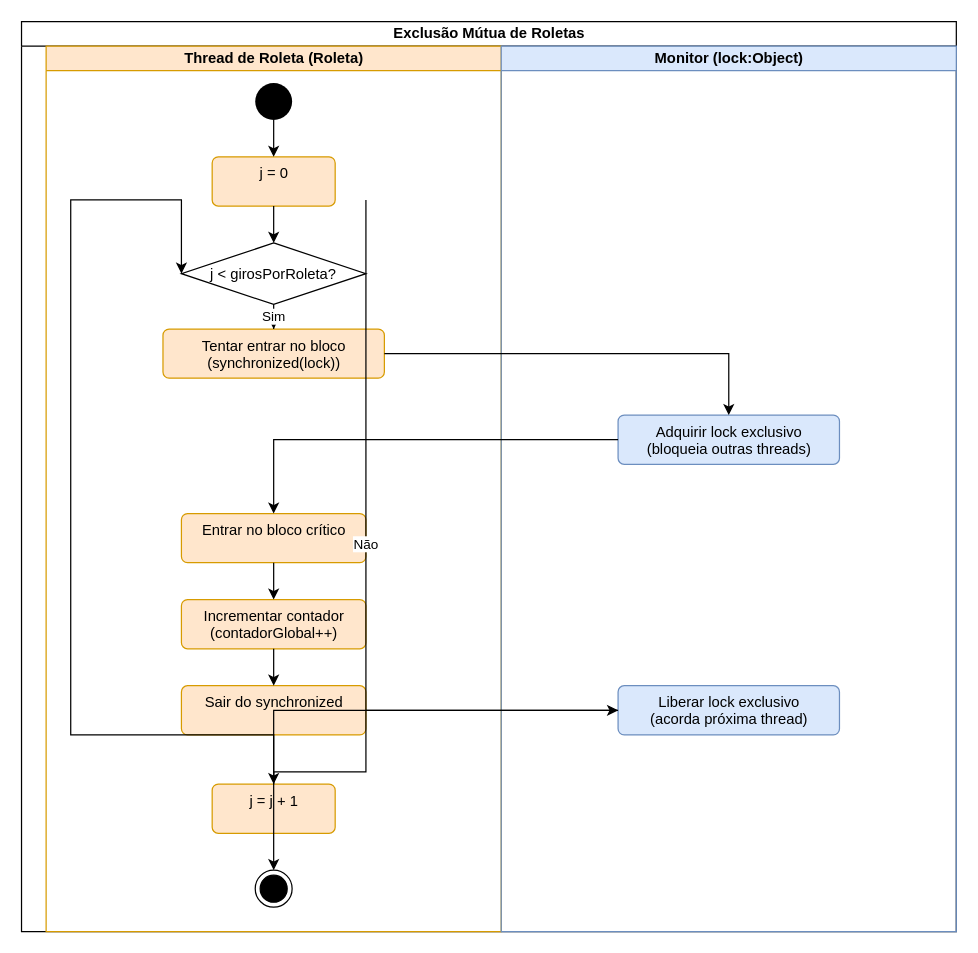
Above: EntregaThreads/src/classicos/ProdutorConsumidorMonitorz_Diagrama_atividade.drawio in DiogoCrespi/distribuidos (draw.io), before the change. Source tidied: cells renumbered, new cells numbered last; positions are measured from the earlier drawing's top-left corner, leaving out a move shared by most shapes. Both pictures are drawn from the tidied source at 123%, with x=0, y=0 at pixel (21, 21).
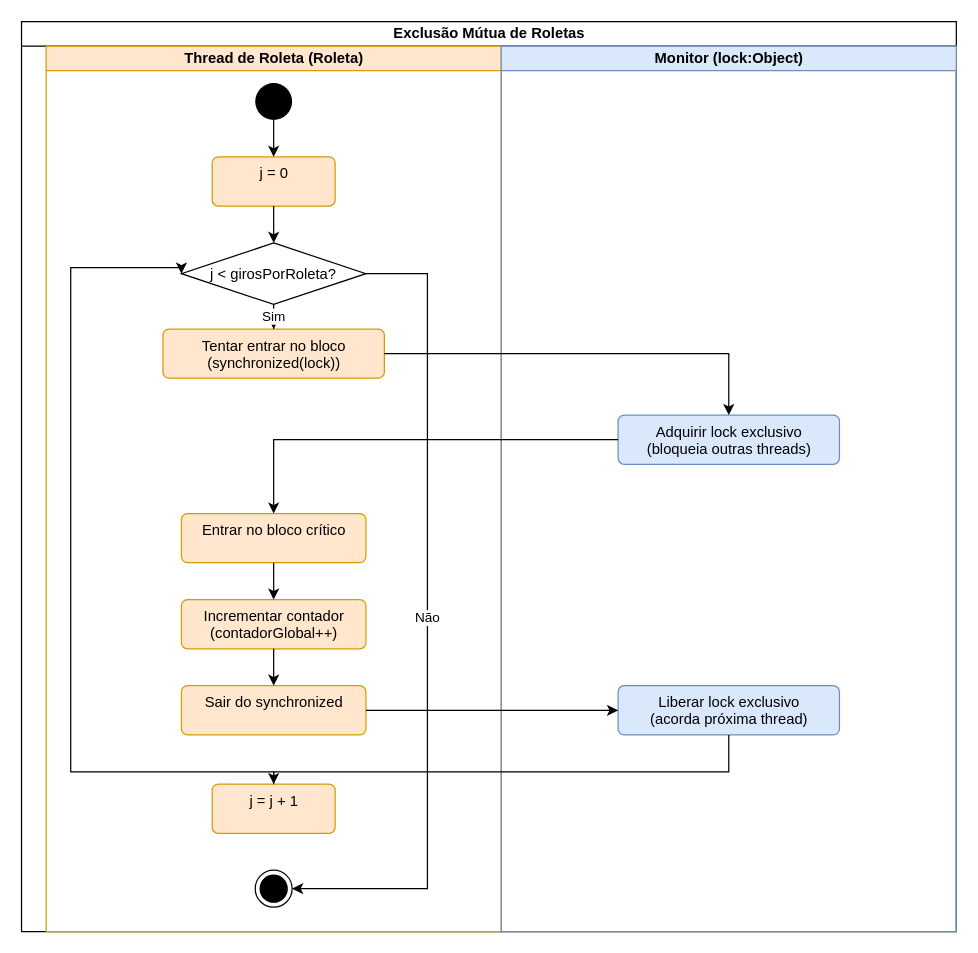
The same page after the edit.

The change refers to these unchanged cells:
```xml
<mxCell id="2" value="Exclusão Mútua de Roletas" style="swimlane;startSize=20;html=1;" parent="1" vertex="1">
  <mxGeometry width="760" height="740" as="geometry" />
</mxCell>
<mxCell id="7" value="j &lt; girosPorRoleta?" style="rhombus;" parent="3" vertex="1">
  <mxGeometry x="110" y="160" width="150" height="50" as="geometry" />
</mxCell>
<mxCell id="12" value="j = j + 1" style="html=1;align=center;verticalAlign=top;rounded=1;absoluteArcSize=1;arcSize=10;fillColor=#ffe6cc;strokeColor=#d79b00;" parent="3" vertex="1">
  <mxGeometry x="135" y="600" width="100" height="40" as="geometry" />
</mxCell>
<mxCell id="13" value="End" style="ellipse;html=1;shape=endState;fillColor=#000000;strokeColor=#000000;" parent="3" vertex="1">
  <mxGeometry x="170" y="670" width="30" height="30" as="geometry" />
</mxCell>
<mxCell id="15" value="Liberar lock exclusivo&#10;(acorda próxima thread)" style="html=1;align=center;verticalAlign=top;rounded=1;absoluteArcSize=1;arcSize=10;fillColor=#dae8fc;strokeColor=#6c8ebf;" parent="4" vertex="1">
  <mxGeometry x="95" y="520" width="180" height="40" as="geometry" />
</mxCell>
```

The edit, as a diff of the source:
```diff
@@
-    <mxCell id="4" value="Monitor (lock:Object)" style="swimlane;startSize=20;html=1;fillColor=#dae8fc;strokeColor=#6c8ebf;" parent="2" vertex="1">
-      <mxGeometry x="390" y="20" width="370" height="720" as="geometry" />
-    </mxCell>
@@
+    <mxCell id="4" value="Monitor (lock:Object)" style="swimlane;startSize=20;html=1;fillColor=#dae8fc;strokeColor=#6c8ebf;" parent="2" vertex="1">
+      <mxGeometry x="390" y="20" width="370" height="720" as="geometry" />
+    </mxCell>
@@
     <mxCell id="19" value="Não" style="edgeStyle=orthogonalEdgeStyle;rounded=0;jettySize=auto;html=1;" parent="1" edge="1" source="7" target="13">
       <mxGeometry relative="1" as="geometry">
         <Array as="points">
-          <mxPoint x="280" y="145" />
-          <mxPoint x="280" y="610" />
-          <mxPoint x="145" y="610" />
+          <mxPoint x="330" y="205" />
+          <mxPoint x="330" y="705" />
         </Array>
       </mxGeometry>
     </mxCell>
@@
     <mxCell id="25" style="edgeStyle=orthogonalEdgeStyle;rounded=0;jettySize=auto;html=1;" parent="1" edge="1" source="15" target="12">
-      <mxGeometry relative="1" as="geometry" />
+      <mxGeometry relative="1" as="geometry">
+        <Array as="points">
+          <mxPoint x="575" y="610" />
+          <mxPoint x="205" y="610" />
+        </Array>
+      </mxGeometry>
     </mxCell>
-    <mxCell id="26" style="edgeStyle=orthogonalEdgeStyle;rounded=0;jettySize=auto;html=1;entryX=0;entryY=0.5;entryDx=0;entryDy=0;" parent="1" edge="1" source="12" target="7">
+    <mxCell id="26" style="edgeStyle=orthogonalEdgeStyle;rounded=0;jettySize=auto;html=1;" parent="1" edge="1" source="12">
       <mxGeometry relative="1" as="geometry">
+        <mxPoint x="130" y="205" as="targetPoint" />
         <Array as="points">
-          <mxPoint x="40" y="580" />
-          <mxPoint x="40" y="145" />
+          <mxPoint x="205" y="610" />
+          <mxPoint x="40" y="610" />
+          <mxPoint x="40" y="200" />
+          <mxPoint x="130" y="200" />
         </Array>
       </mxGeometry>
     </mxCell>
```
